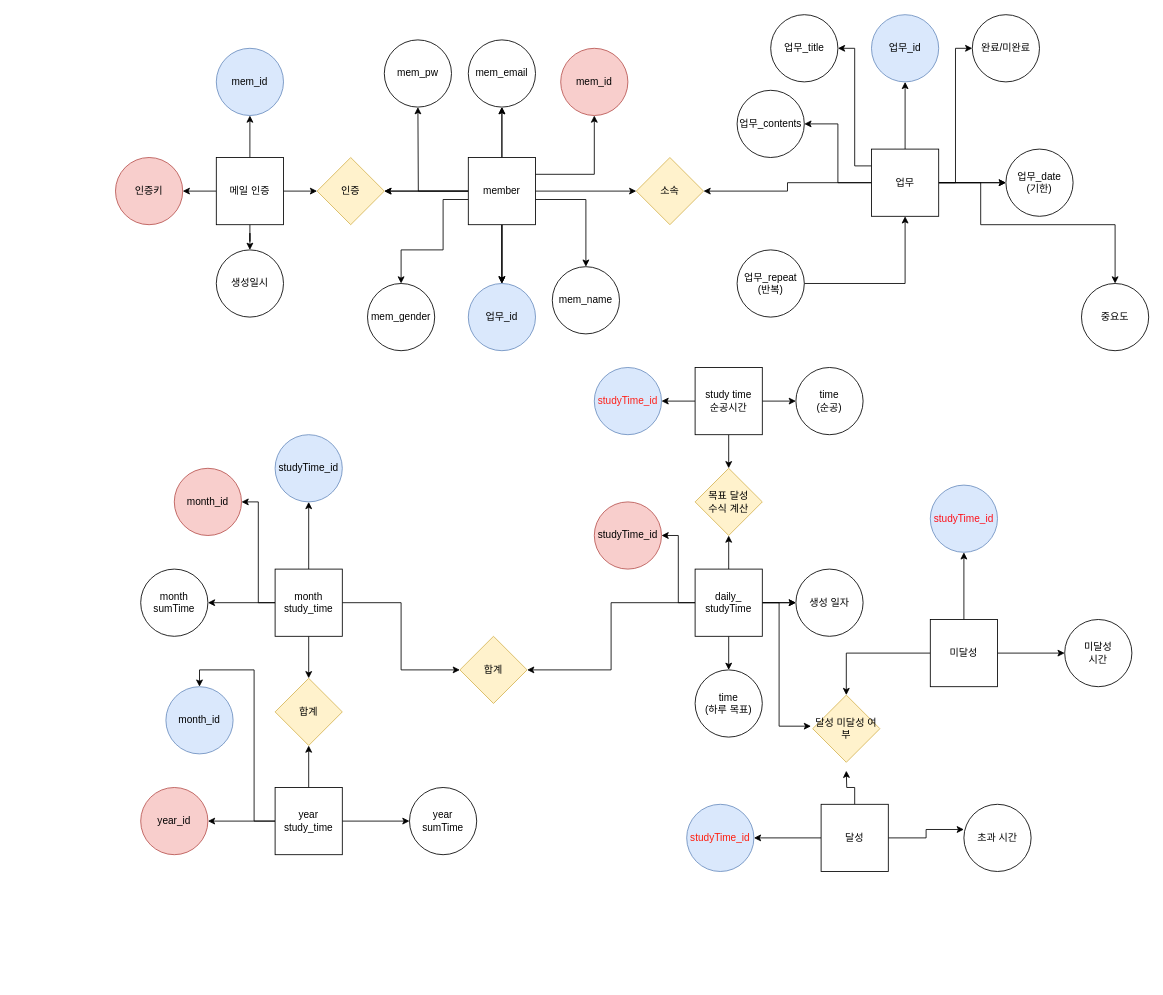
The draw.io diagram teacher/10_minute.drawio in Cheyoung0203/kimbug-training, before the edit. Source tidied: cells renumbered, new cells numbered last; positions are measured from the earlier drawing's top-left corner, leaving out a move shared by most shapes. Both pictures are drawn from the tidied source at 84%, with x=0, y=0 at pixel (115, 14).
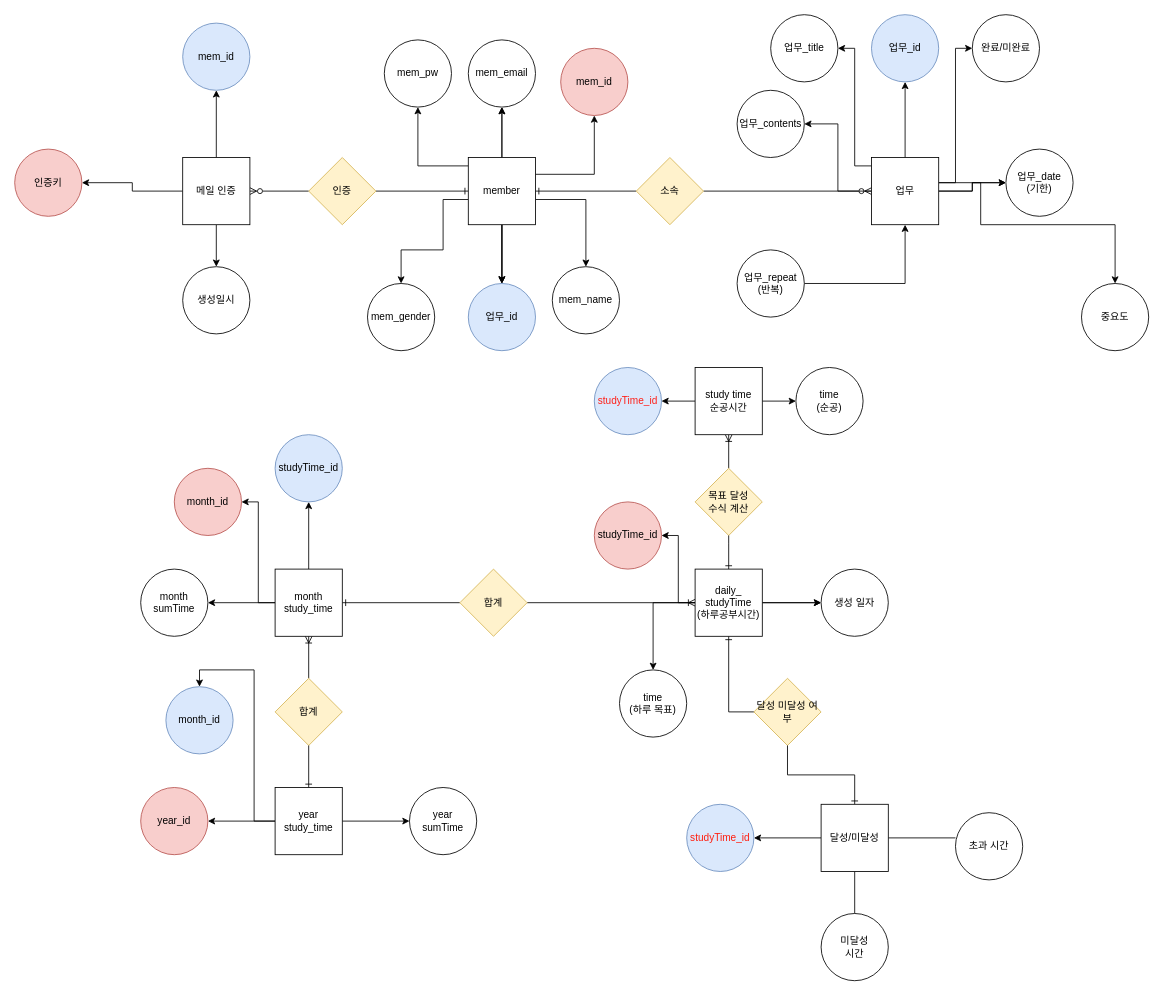
Above is the later version.

Unchanged cells that the change refers to:
```xml
<mxCell id="22" value="study time&lt;br&gt;순공시간" style="whiteSpace=wrap;html=1;" parent="1" vertex="1">
  <mxGeometry x="690" y="420" width="80" height="80" as="geometry" />
</mxCell>
<mxCell id="23" value="목표 달성&lt;br&gt;수식 계산" style="rhombus;whiteSpace=wrap;html=1;fillColor=#fff2cc;strokeColor=#d6b656;" parent="1" vertex="1">
  <mxGeometry x="690" y="540" width="80" height="80" as="geometry" />
</mxCell>
<mxCell id="33" value="studyTime_id" style="ellipse;whiteSpace=wrap;html=1;fillColor=#f8cecc;strokeColor=#b85450;" parent="1" vertex="1">
  <mxGeometry x="570" y="580" width="80" height="80" as="geometry" />
</mxCell>
<mxCell id="55" value="month&lt;br&gt;study_time" style="whiteSpace=wrap;html=1;" parent="1" vertex="1">
  <mxGeometry x="190" y="660" width="80" height="80" as="geometry" />
</mxCell>
<mxCell id="59" value="합계" style="rhombus;whiteSpace=wrap;html=1;fillColor=#fff2cc;strokeColor=#d6b656;" parent="1" vertex="1">
  <mxGeometry x="190" y="790" width="80" height="80" as="geometry" />
</mxCell>
<mxCell id="65" value="year&lt;br&gt;study_time" style="whiteSpace=wrap;html=1;" parent="1" vertex="1">
  <mxGeometry x="190" y="920" width="80" height="80" as="geometry" />
</mxCell>
<mxCell id="90" value="member" style="whiteSpace=wrap;html=1;" parent="1" vertex="1">
  <mxGeometry x="420" y="170" width="80" height="80" as="geometry" />
</mxCell>
<mxCell id="97" value="소속" style="rhombus;whiteSpace=wrap;html=1;fillColor=#fff2cc;strokeColor=#d6b656;" parent="1" vertex="1">
  <mxGeometry x="620" y="170" width="80" height="80" as="geometry" />
</mxCell>
```

The edit, as a diff of the source:
```diff
@@
-    <mxCell id="8" style="edgeStyle=orthogonalEdgeStyle;rounded=0;jettySize=auto;html=1;fontColor=#FF1D0D;" parent="1" edge="1" source="10" target="97">
+    <mxCell id="8" style="edgeStyle=orthogonalEdgeStyle;rounded=0;jettySize=auto;html=1;fontColor=#FF1D0D;endArrow=none;endFill=0;startArrow=ERzeroToMany;startFill=0;" parent="1" edge="1" source="10" target="97">
       <mxGeometry relative="1" as="geometry" />
     </mxCell>
@@
     <mxCell id="10" value="업무" style="whiteSpace=wrap;html=1;" parent="1" vertex="1">
-      <mxGeometry x="900" y="160" width="80" height="80" as="geometry" />
+      <mxGeometry x="900" y="170" width="80" height="80" as="geometry" />
     </mxCell>
@@
-    <mxCell id="19" style="edgeStyle=orthogonalEdgeStyle;rounded=0;jettySize=auto;html=1;" parent="1" edge="1" source="22" target="23">
+    <mxCell id="19" style="edgeStyle=orthogonalEdgeStyle;rounded=0;jettySize=auto;html=1;endArrow=none;endFill=0;startArrow=ERoneToMany;startFill=0;" parent="1" edge="1" source="22" target="23">
       <mxGeometry relative="1" as="geometry" />
     </mxCell>
@@
-    <mxCell id="24" style="edgeStyle=orthogonalEdgeStyle;rounded=0;jettySize=auto;html=1;entryX=0.5;entryY=1;entryDx=0;entryDy=0;" parent="1" edge="1" source="31" target="23">
-      <mxGeometry relative="1" as="geometry" />
+    <mxCell id="24" style="edgeStyle=orthogonalEdgeStyle;rounded=0;jettySize=auto;html=1;entryX=0.5;entryY=1;entryDx=0;entryDy=0;endArrow=none;endFill=0;startArrow=ERone;startFill=0;" parent="1" edge="1" source="31" target="23">
+      <mxGeometry relative="1" as="geometry">
+        <Array as="points">
+          <mxPoint x="730" y="630" />
+          <mxPoint x="730" y="630" />
+        </Array>
+      </mxGeometry>
     </mxCell>
@@
     <mxCell id="26" style="edgeStyle=orthogonalEdgeStyle;rounded=0;jettySize=auto;html=1;" parent="1" edge="1" source="31" target="33">
-      <mxGeometry relative="1" as="geometry" />
+      <mxGeometry relative="1" as="geometry">
+        <Array as="points">
+          <mxPoint x="670" y="700" />
+          <mxPoint x="670" y="620" />
+        </Array>
+      </mxGeometry>
     </mxCell>
@@
-    <mxCell id="29" style="edgeStyle=orthogonalEdgeStyle;rounded=0;jettySize=auto;html=1;entryX=-0.025;entryY=0.588;entryDx=0;entryDy=0;entryPerimeter=0;" parent="1" edge="1" source="31">
+    <mxCell id="29" style="edgeStyle=orthogonalEdgeStyle;rounded=0;jettySize=auto;html=1;entryX=0;entryY=0.5;entryDx=0;entryDy=0;endArrow=none;endFill=0;startArrow=ERone;startFill=0;" parent="1" edge="1" source="31" target="37">
       <mxGeometry relative="1" as="geometry">
-        <mxPoint x="828" y="847" as="targetPoint" />
         <Array as="points">
-          <mxPoint x="790" y="700" />
-          <mxPoint x="790" y="847" />
+          <mxPoint x="730" y="830" />
         </Array>
       </mxGeometry>
     </mxCell>
-    <mxCell id="30" style="edgeStyle=orthogonalEdgeStyle;rounded=0;jettySize=auto;html=1;" parent="1" edge="1" source="31" target="56">
+    <mxCell id="30" style="edgeStyle=orthogonalEdgeStyle;rounded=0;jettySize=auto;html=1;endArrow=none;endFill=0;startArrow=ERoneToMany;startFill=0;" parent="1" edge="1" source="31" target="56">
       <mxGeometry relative="1" as="geometry" />
     </mxCell>
-    <mxCell id="31" value="daily_&lt;br&gt;studyTime" style="whiteSpace=wrap;html=1;" parent="1" vertex="1">
+    <mxCell id="31" value="daily_&lt;br&gt;studyTime&lt;br&gt;(하루공부시간)" style="whiteSpace=wrap;html=1;" parent="1" vertex="1">
       <mxGeometry x="690" y="660" width="80" height="80" as="geometry" />
     </mxCell>
     <mxCell id="32" value="생성 일자" style="ellipse;whiteSpace=wrap;html=1;" parent="1" vertex="1">
-      <mxGeometry x="810" y="660" width="80" height="80" as="geometry" />
+      <mxGeometry x="840" y="660" width="80" height="80" as="geometry" />
     </mxCell>
@@
     <mxCell id="34" value="time&lt;br&gt;(하루 목표)" style="ellipse;whiteSpace=wrap;html=1;" parent="1" vertex="1">
-      <mxGeometry x="690" y="780" width="80" height="80" as="geometry" />
+      <mxGeometry x="600" y="780" width="80" height="80" as="geometry" />
     </mxCell>
@@
     <mxCell id="37" value="달성 미달성 여부" style="rhombus;whiteSpace=wrap;html=1;fillColor=#fff2cc;strokeColor=#d6b656;" parent="1" vertex="1">
-      <mxGeometry x="830" y="810" width="80" height="80" as="geometry" />
+      <mxGeometry x="760" y="790" width="80" height="80" as="geometry" />
     </mxCell>
-    <mxCell id="38" style="edgeStyle=orthogonalEdgeStyle;rounded=0;jettySize=auto;html=1;" parent="1" edge="1" source="41">
-      <mxGeometry relative="1" as="geometry">
-        <mxPoint x="870" y="900" as="targetPoint" />
-      </mxGeometry>
+    <mxCell id="38" style="edgeStyle=orthogonalEdgeStyle;rounded=0;jettySize=auto;html=1;endArrow=none;endFill=0;startArrow=ERone;startFill=0;" parent="1" edge="1" source="41" target="37">
+      <mxGeometry relative="1" as="geometry" />
     </mxCell>
-    <mxCell id="39" style="edgeStyle=orthogonalEdgeStyle;rounded=0;jettySize=auto;html=1;entryX=0;entryY=0.375;entryDx=0;entryDy=0;entryPerimeter=0;" parent="1" edge="1" source="41" target="42">
+    <mxCell id="39" style="edgeStyle=orthogonalEdgeStyle;rounded=0;jettySize=auto;html=1;entryX=0;entryY=0.375;entryDx=0;entryDy=0;entryPerimeter=0;endArrow=none;endFill=0;" parent="1" edge="1" source="41" target="42">
       <mxGeometry relative="1" as="geometry" />
     </mxCell>
@@
+    <mxCell id="98" style="edgeStyle=orthogonalEdgeStyle;rounded=0;jettySize=auto;html=1;startArrow=none;startFill=0;endArrow=none;endFill=0;" parent="1" edge="1" source="41" target="47">
+      <mxGeometry relative="1" as="geometry" />
+    </mxCell>
-    <mxCell id="41" value="달성" style="whiteSpace=wrap;html=1;" parent="1" vertex="1">
+    <mxCell id="41" value="달성/미달성" style="whiteSpace=wrap;html=1;" parent="1" vertex="1">
       <mxGeometry x="840" y="940" width="80" height="80" as="geometry" />
     </mxCell>
     <mxCell id="42" value="초과 시간" style="ellipse;whiteSpace=wrap;html=1;" parent="1" vertex="1">
-      <mxGeometry x="1010" y="940" width="80" height="80" as="geometry" />
+      <mxGeometry x="1000" y="950" width="80" height="80" as="geometry" />
     </mxCell>
-    <mxCell id="43" style="edgeStyle=orthogonalEdgeStyle;rounded=0;jettySize=auto;html=1;" parent="1" edge="1" source="46" target="47">
-      <mxGeometry relative="1" as="geometry" />
-    </mxCell>
-    <mxCell id="44" style="edgeStyle=orthogonalEdgeStyle;rounded=0;jettySize=auto;html=1;entryX=0.5;entryY=0;entryDx=0;entryDy=0;" parent="1" edge="1" source="46" target="37">
-      <mxGeometry relative="1" as="geometry" />
-    </mxCell>
-    <mxCell id="45" style="edgeStyle=orthogonalEdgeStyle;rounded=0;jettySize=auto;html=1;" parent="1" edge="1" source="46" target="49">
-      <mxGeometry relative="1" as="geometry" />
-    </mxCell>
-    <mxCell id="46" value="미달성" style="whiteSpace=wrap;html=1;" parent="1" vertex="1">
-      <mxGeometry x="970" y="720" width="80" height="80" as="geometry" />
-    </mxCell>
-    <mxCell id="47" value="미달성&lt;br&gt;시간" style="ellipse;whiteSpace=wrap;html=1;" parent="1" vertex="1">
-      <mxGeometry x="1130" y="720" width="80" height="80" as="geometry" />
-    </mxCell>
@@
-    <mxCell id="49" value="&lt;font color=&quot;#ff0f17&quot;&gt;studyTime_id&lt;/font&gt;" style="ellipse;whiteSpace=wrap;html=1;strokeColor=#6c8ebf;fillColor=#dae8fc;" parent="1" vertex="1">
-      <mxGeometry x="970" y="560" width="80" height="80" as="geometry" />
-    </mxCell>
-    <mxCell id="50" style="edgeStyle=orthogonalEdgeStyle;rounded=0;jettySize=auto;html=1;entryX=0;entryY=0.5;entryDx=0;entryDy=0;" parent="1" edge="1" source="55" target="56">
+    <mxCell id="50" style="edgeStyle=orthogonalEdgeStyle;rounded=0;jettySize=auto;html=1;entryX=0;entryY=0.5;entryDx=0;entryDy=0;endArrow=none;endFill=0;startArrow=ERone;startFill=0;" parent="1" edge="1" source="55" target="56">
       <mxGeometry relative="1" as="geometry" />
     </mxCell>
@@
-    <mxCell id="53" style="edgeStyle=orthogonalEdgeStyle;rounded=0;jettySize=auto;html=1;" parent="1" edge="1" source="55" target="59">
+    <mxCell id="53" style="edgeStyle=orthogonalEdgeStyle;rounded=0;jettySize=auto;html=1;endArrow=none;endFill=0;startArrow=ERoneToMany;startFill=0;" parent="1" edge="1" source="55" target="59">
       <mxGeometry relative="1" as="geometry" />
     </mxCell>
@@
     <mxCell id="56" value="합계" style="rhombus;whiteSpace=wrap;html=1;fillColor=#fff2cc;strokeColor=#d6b656;" parent="1" vertex="1">
-      <mxGeometry x="410" y="740" width="80" height="80" as="geometry" />
+      <mxGeometry x="410" y="660" width="80" height="80" as="geometry" />
     </mxCell>
@@
-    <mxCell id="61" style="edgeStyle=orthogonalEdgeStyle;rounded=0;jettySize=auto;html=1;" parent="1" edge="1" source="65" target="59">
+    <mxCell id="61" style="edgeStyle=orthogonalEdgeStyle;rounded=0;jettySize=auto;html=1;endArrow=none;endFill=0;startArrow=ERone;startFill=0;" parent="1" edge="1" source="65" target="59">
       <mxGeometry relative="1" as="geometry" />
     </mxCell>
@@
-    <mxCell id="72" style="edgeStyle=orthogonalEdgeStyle;rounded=0;jettySize=auto;html=1;" parent="1" edge="1" source="73" target="77">
+    <mxCell id="72" style="edgeStyle=orthogonalEdgeStyle;rounded=0;jettySize=auto;html=1;endArrow=none;endFill=0;startArrow=ERzeroToMany;startFill=0;" parent="1" edge="1" source="73" target="77">
       <mxGeometry relative="1" as="geometry" />
     </mxCell>
     <mxCell id="73" value="메일 인증" style="whiteSpace=wrap;html=1;" parent="1" vertex="1">
-      <mxGeometry x="120" y="170" width="80" height="80" as="geometry" />
+      <mxGeometry x="80" y="170" width="80" height="80" as="geometry" />
     </mxCell>
     <mxCell id="74" value="mem_id" style="ellipse;whiteSpace=wrap;html=1;fillColor=#dae8fc;strokeColor=#6c8ebf;" parent="1" vertex="1">
-      <mxGeometry x="120" y="40" width="80" height="80" as="geometry" />
+      <mxGeometry x="80" y="10" width="80" height="80" as="geometry" />
     </mxCell>
     <mxCell id="75" value="인증키" style="ellipse;whiteSpace=wrap;html=1;fillColor=#f8cecc;strokeColor=#b85450;" parent="1" vertex="1">
-      <mxGeometry y="170" width="80" height="80" as="geometry" />
+      <mxGeometry x="-120" y="160" width="80" height="80" as="geometry" />
     </mxCell>
     <mxCell id="76" value="생성일시" style="ellipse;whiteSpace=wrap;html=1;" parent="1" vertex="1">
-      <mxGeometry x="120" y="280" width="80" height="80" as="geometry" />
+      <mxGeometry x="80" y="300" width="80" height="80" as="geometry" />
     </mxCell>
+    <mxCell id="99" style="edgeStyle=orthogonalEdgeStyle;rounded=0;jettySize=auto;html=1;entryX=0;entryY=0.5;entryDx=0;entryDy=0;startArrow=none;startFill=0;endArrow=ERone;endFill=0;" parent="1" edge="1" source="77" target="90">
+      <mxGeometry relative="1" as="geometry" />
+    </mxCell>
     <mxCell id="77" value="인증" style="rhombus;whiteSpace=wrap;html=1;fillColor=#fff2cc;strokeColor=#d6b656;" parent="1" vertex="1">
-      <mxGeometry x="240" y="170" width="80" height="80" as="geometry" />
+      <mxGeometry x="230" y="170" width="80" height="80" as="geometry" />
     </mxCell>
-    <mxCell id="78" style="edgeStyle=orthogonalEdgeStyle;rounded=0;jettySize=auto;html=1;entryX=1;entryY=0.5;entryDx=0;entryDy=0;" parent="1" edge="1" source="90" target="77">
-      <mxGeometry relative="1" as="geometry" />
-    </mxCell>
@@
-    <mxCell id="80" style="edgeStyle=orthogonalEdgeStyle;rounded=0;jettySize=auto;html=1;" parent="1" edge="1" source="90" target="77">
-      <mxGeometry relative="1" as="geometry" />
-    </mxCell>
@@
     <mxCell id="84" style="edgeStyle=orthogonalEdgeStyle;rounded=0;jettySize=auto;html=1;" parent="1" edge="1" source="90">
       <mxGeometry relative="1" as="geometry">
         <mxPoint x="360" y="110" as="targetPoint" />
+        <Array as="points">
+          <mxPoint x="360" y="180" />
+        </Array>
       </mxGeometry>
     </mxCell>
@@
-    <mxCell id="87" style="edgeStyle=orthogonalEdgeStyle;rounded=0;jettySize=auto;html=1;entryX=0;entryY=0.5;entryDx=0;entryDy=0;" parent="1" edge="1" source="90" target="97">
+    <mxCell id="87" style="edgeStyle=orthogonalEdgeStyle;rounded=0;jettySize=auto;html=1;entryX=0;entryY=0.5;entryDx=0;entryDy=0;endArrow=none;endFill=0;startArrow=ERone;startFill=0;" parent="1" edge="1" source="90" target="97">
       <mxGeometry relative="1" as="geometry">
         <Array as="points">
           <mxPoint x="620" y="210" />
         </Array>
       </mxGeometry>
     </mxCell>
@@
+    <mxCell id="47" value="미달성&lt;br&gt;시간" style="ellipse;whiteSpace=wrap;html=1;" parent="1" vertex="1">
+      <mxGeometry x="840" y="1070" width="80" height="80" as="geometry" />
+    </mxCell>
```
